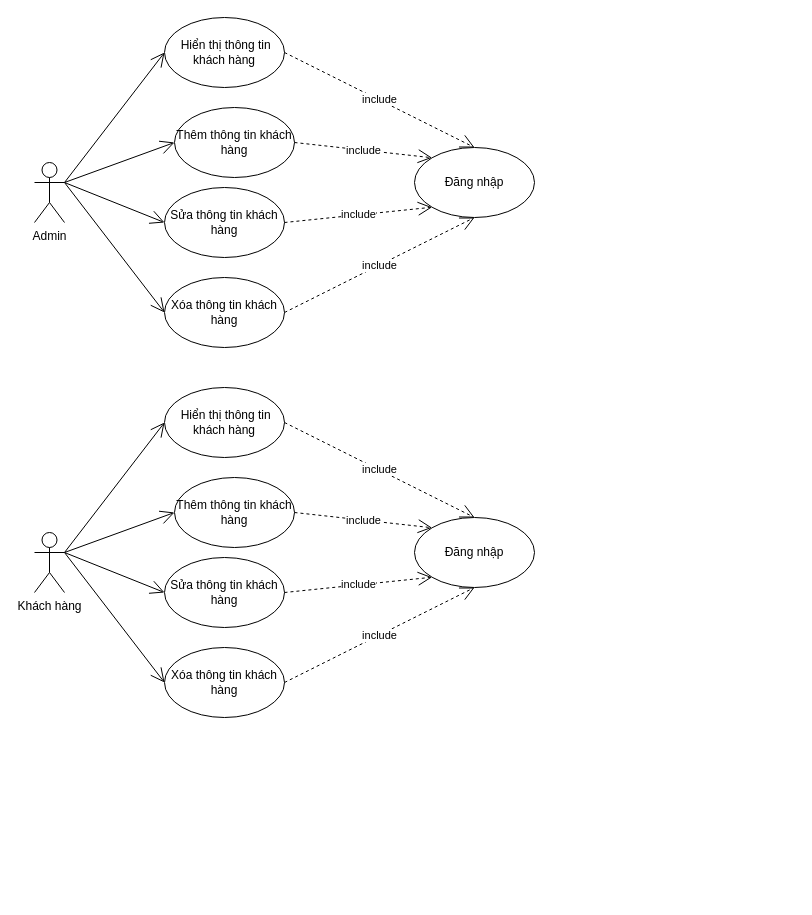
Above: page "Quản lý khách hàng" (4 of 40) of PlantCare.drawio in kimngan0903/KimNgan_DoAnTotNghiep_2110900033 (draw.io), before the change. Source tidied: cells renumbered, new cells numbered last; positions are measured from the earlier drawing's top-left corner, leaving out a move shared by most shapes. Both pictures are drawn from the tidied source at 100%, with x=0, y=0 at pixel (34, 17).
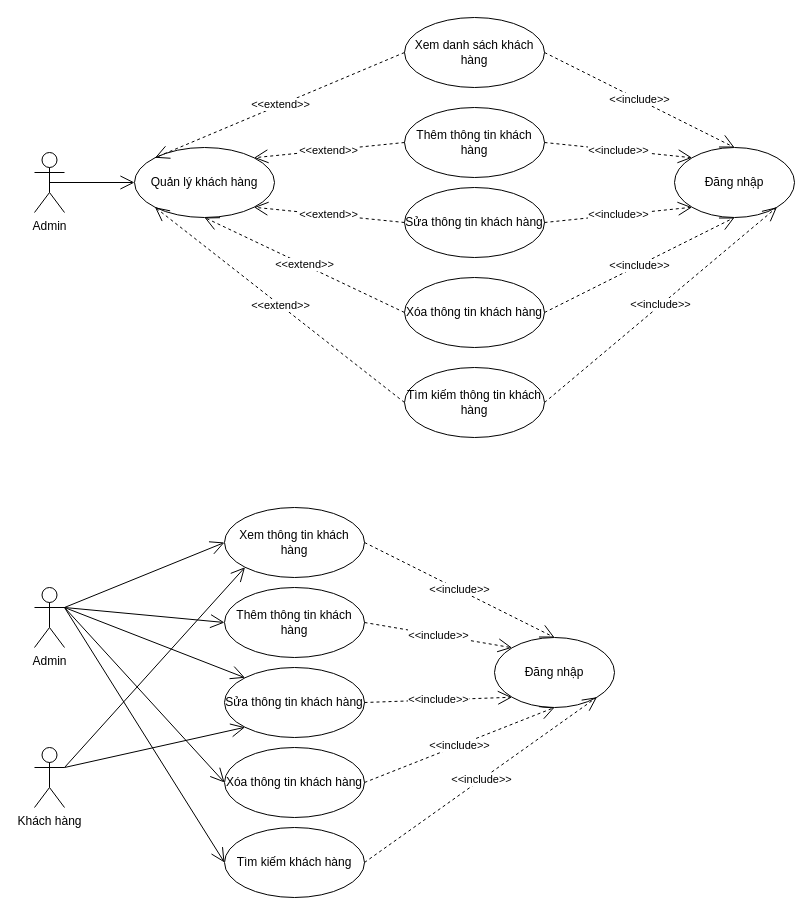
The same page after the edit.

Change to the diagram source:
```diff
@@
     <mxCell id="2" value="Admin" style="shape=umlActor;verticalLabelPosition=bottom;verticalAlign=top;html=1;" parent="1" vertex="1">
-      <mxGeometry y="145" width="30" height="60" as="geometry" />
+      <mxGeometry y="570" width="30" height="60" as="geometry" />
     </mxCell>
-    <mxCell id="3" style="endArrow=open;endFill=1;endSize=12;html=1;rounded=0;exitX=1;exitY=0.3333333333333333;exitDx=0;exitDy=0;exitPerimeter=0;entryX=0;entryY=0.5;entryDx=0;entryDy=0;" parent="1" edge="1" source="2" target="7">
-      <mxGeometry relative="1" as="geometry" />
-    </mxCell>
     <mxCell id="4" value="Thêm thông tin khách hàng" style="ellipse;whiteSpace=wrap;html=1;" parent="1" vertex="1">
-      <mxGeometry x="140" y="90" width="120" height="70" as="geometry" />
+      <mxGeometry x="190" y="570" width="140" height="70" as="geometry" />
     </mxCell>
     <mxCell id="5" value="Sửa&lt;span style=&quot;color: rgba(0, 0, 0, 0); font-family: monospace; font-size: 0px; text-align: start; text-wrap-mode: nowrap;&quot;&gt;%&lt;/span&gt;&lt;span style=&quot;background-color: transparent; text-wrap-mode: nowrap; color: rgba(0, 0, 0, 0); font-family: monospace; font-size: 0px; text-align: start;&quot;&gt;3CmxGraphModel%3E%3Croot%3E%3CmxCell%20id%3D%220%22%2F%3E%3CmxCell%20id%3D%221%22%20parent%3D%220%22%2F%3E%3CmxCell%20id%3D%222%22%20value%3D%22Qu%E1%BA%A3n%20l%C3%BD%20kh%C3%A1ch%20h%C3%A0ng%22%20style%3D%22ellipse%3BwhiteSpace%3Dwrap%3Bhtml%3D1%3B%22%20vertex%3D%221%22%20parent%3D%221%22%3E%3CmxGeometry%20x%3D%22240%22%20y%3D%22210%22%20width%3D%22120%22%20height%3D%2270%22%20as%3D%22geometry%22%2F%3E%3C%2FmxCell%3E%3C%2Froot%3E%3C%2FmxGraphMo&lt;/span&gt;&lt;span style=&quot;background-color: transparent; color: light-dark(rgb(0, 0, 0), rgb(255, 255, 255));&quot;&gt;&amp;nbsp;thông tin khách hàng&lt;/span&gt;" style="ellipse;whiteSpace=wrap;html=1;" parent="1" vertex="1">
-      <mxGeometry x="130" y="170" width="120" height="70" as="geometry" />
+      <mxGeometry x="190" y="650" width="140" height="70" as="geometry" />
     </mxCell>
     <mxCell id="6" value="Xóa thông tin khách hàng" style="ellipse;whiteSpace=wrap;html=1;" parent="1" vertex="1">
-      <mxGeometry x="130" y="260" width="120" height="70" as="geometry" />
+      <mxGeometry x="190" y="730" width="140" height="70" as="geometry" />
     </mxCell>
-    <mxCell id="7" value="&lt;span style=&quot;color: rgba(0, 0, 0, 0); font-family: monospace; font-size: 0px; text-align: start; text-wrap-mode: nowrap;&quot;&gt;%&lt;/span&gt;&lt;span style=&quot;background-color: transparent; text-wrap-mode: nowrap; color: rgba(0, 0, 0, 0); font-family: monospace; font-size: 0px; text-align: start;&quot;&gt;3CmxGraphModel%3E%3Croot%3E%3CmxCell%20id%3D%220%22%2F%3E%3CmxCell%20id%3D%221%22%20parent%3D%220%22%2F%3E%3CmxCell%20id%3D%222%22%20value%3D%22Qu%E1%BA%A3n%20l%C3%BD%20kh%C3%A1ch%20h%C3%A0ng%22%20style%3D%22ellipse%3BwhiteSpace%3Dwrap%3Bhtml%3D1%3B%22%20vertex%3D%221%22%20parent%3D%221%22%3E%3CmxGeometry%20x%3D%22240%22%20y%3D%22210%22%20width%3D%22120%22%20height%3D%2270%22%20as%3D%22geometry%22%2F%3E%3C%2FmxCell%3E%3C%2Froot%3E%3C%2FmxGraphMo&lt;/span&gt;&lt;span style=&quot;background-color: transparent; color: light-dark(rgb(0, 0, 0), rgb(255, 255, 255));&quot;&gt;&amp;nbsp;Hiển thị thông tin khách hàng&lt;/span&gt;" style="ellipse;whiteSpace=wrap;html=1;" parent="1" vertex="1">
-      <mxGeometry x="130" width="120" height="70" as="geometry" />
+    <mxCell id="7" value="Xem thông tin khách hàng" style="ellipse;whiteSpace=wrap;html=1;" parent="1" vertex="1">
+      <mxGeometry x="190" y="490" width="140" height="70" as="geometry" />
     </mxCell>
-    <mxCell id="8" value="include" style="endArrow=open;endSize=12;dashed=1;html=1;rounded=0;exitX=1;exitY=0.5;exitDx=0;exitDy=0;entryX=0.5;entryY=0;entryDx=0;entryDy=0;" parent="1" edge="1" source="7" target="9">
+    <mxCell id="8" value="&amp;lt;&amp;lt;include&amp;gt;&amp;gt;" style="endArrow=open;endSize=12;dashed=1;html=1;rounded=0;exitX=1;exitY=0.5;exitDx=0;exitDy=0;entryX=0.5;entryY=0;entryDx=0;entryDy=0;" parent="1" edge="1" source="7" target="9">
       <mxGeometry relative="1" as="geometry" />
     </mxCell>
     <mxCell id="9" value="Đăng nhập" style="ellipse;whiteSpace=wrap;html=1;" parent="1" vertex="1">
-      <mxGeometry x="380" y="130" width="120" height="70" as="geometry" />
+      <mxGeometry x="460" y="620" width="120" height="70" as="geometry" />
     </mxCell>
-    <mxCell id="10" value="include" style="endArrow=open;endSize=12;dashed=1;html=1;rounded=0;exitX=1;exitY=0.5;exitDx=0;exitDy=0;entryX=0;entryY=0;entryDx=0;entryDy=0;" parent="1" edge="1" source="4" target="9">
+    <mxCell id="10" value="&amp;lt;&amp;lt;include&amp;gt;&amp;gt;" style="endArrow=open;endSize=12;dashed=1;html=1;rounded=0;exitX=1;exitY=0.5;exitDx=0;exitDy=0;entryX=0;entryY=0;entryDx=0;entryDy=0;" parent="1" edge="1" source="4" target="9">
       <mxGeometry relative="1" as="geometry" />
     </mxCell>
-    <mxCell id="11" value="include" style="endArrow=open;endSize=12;dashed=1;html=1;rounded=0;exitX=1;exitY=0.5;exitDx=0;exitDy=0;entryX=0;entryY=1;entryDx=0;entryDy=0;" parent="1" edge="1" source="5" target="9">
+    <mxCell id="11" value="&amp;lt;&amp;lt;include&amp;gt;&amp;gt;" style="endArrow=open;endSize=12;dashed=1;html=1;rounded=0;exitX=1;exitY=0.5;exitDx=0;exitDy=0;entryX=0;entryY=1;entryDx=0;entryDy=0;" parent="1" edge="1" source="5" target="9">
       <mxGeometry relative="1" as="geometry" />
     </mxCell>
-    <mxCell id="12" value="include" style="endArrow=open;endSize=12;dashed=1;html=1;rounded=0;exitX=1;exitY=0.5;exitDx=0;exitDy=0;entryX=0.5;entryY=1;entryDx=0;entryDy=0;" parent="1" edge="1" source="6" target="9">
+    <mxCell id="12" value="&amp;lt;&amp;lt;include&amp;gt;&amp;gt;" style="endArrow=open;endSize=12;dashed=1;html=1;rounded=0;exitX=1;exitY=0.5;exitDx=0;exitDy=0;entryX=0.5;entryY=1;entryDx=0;entryDy=0;" parent="1" edge="1" source="6" target="9">
       <mxGeometry relative="1" as="geometry" />
     </mxCell>
+    <mxCell id="16" value="Khách hàng" style="shape=umlActor;verticalLabelPosition=bottom;verticalAlign=top;html=1;" parent="1" vertex="1">
+      <mxGeometry y="730" width="30" height="60" as="geometry" />
+    </mxCell>
+    <mxCell id="3" style="endArrow=open;endFill=1;endSize=12;html=1;rounded=0;exitX=1;exitY=0.3333333333333333;exitDx=0;exitDy=0;exitPerimeter=0;entryX=0;entryY=0.5;entryDx=0;entryDy=0;" parent="1" edge="1" source="2" target="7">
+      <mxGeometry relative="1" as="geometry" />
+    </mxCell>
+    <mxCell id="30" style="endArrow=open;endFill=1;endSize=12;html=1;rounded=0;exitX=1;exitY=0.3333333333333333;exitDx=0;exitDy=0;exitPerimeter=0;entryX=0;entryY=1;entryDx=0;entryDy=0;" parent="1" edge="1" source="16" target="7">
+      <mxGeometry relative="1" as="geometry" />
+    </mxCell>
@@
-    <mxCell id="14" style="endArrow=open;endFill=1;endSize=12;html=1;rounded=0;exitX=1;exitY=0.3333333333333333;exitDx=0;exitDy=0;exitPerimeter=0;entryX=0;entryY=0.5;entryDx=0;entryDy=0;" parent="1" edge="1" source="2" target="5">
+    <mxCell id="14" style="endArrow=open;endFill=1;endSize=12;html=1;rounded=0;exitX=1;exitY=0.3333333333333333;exitDx=0;exitDy=0;exitPerimeter=0;entryX=0;entryY=0;entryDx=0;entryDy=0;" parent="1" edge="1" source="2" target="5">
       <mxGeometry relative="1" as="geometry" />
     </mxCell>
-    <mxCell id="15" style="endArrow=open;endFill=1;endSize=12;html=1;rounded=0;entryX=0;entryY=0.5;entryDx=0;entryDy=0;exitX=1;exitY=0.3333333333333333;exitDx=0;exitDy=0;exitPerimeter=0;" parent="1" edge="1" source="2" target="6">
+    <mxCell id="15" style="endArrow=open;endFill=1;endSize=12;html=1;rounded=0;exitX=1;exitY=0.3333333333333333;exitDx=0;exitDy=0;exitPerimeter=0;entryX=0;entryY=0.5;entryDx=0;entryDy=0;" parent="1" edge="1" source="2" target="6">
       <mxGeometry relative="1" as="geometry" />
     </mxCell>
-    <mxCell id="16" value="Khách hàng" style="shape=umlActor;verticalLabelPosition=bottom;verticalAlign=top;html=1;" parent="1" vertex="1">
-      <mxGeometry y="515" width="30" height="60" as="geometry" />
-    </mxCell>
-    <mxCell id="17" style="endArrow=open;endFill=1;endSize=12;html=1;rounded=0;exitX=1;exitY=0.3333333333333333;exitDx=0;exitDy=0;exitPerimeter=0;entryX=0;entryY=0.5;entryDx=0;entryDy=0;" parent="1" edge="1" source="16" target="21">
-      <mxGeometry relative="1" as="geometry" />
-    </mxCell>
+    <mxCell id="31" style="endArrow=open;endFill=1;endSize=12;html=1;rounded=0;exitX=1;exitY=0.3333333333333333;exitDx=0;exitDy=0;exitPerimeter=0;entryX=0;entryY=1;entryDx=0;entryDy=0;" parent="1" edge="1" source="16" target="5">
+      <mxGeometry relative="1" as="geometry" />
+    </mxCell>
+    <mxCell id="32" value="Admin" style="shape=umlActor;verticalLabelPosition=bottom;verticalAlign=top;html=1;" parent="1" vertex="1">
+      <mxGeometry y="135" width="30" height="60" as="geometry" />
+    </mxCell>
     <mxCell id="18" value="Thêm thông tin khách hàng" style="ellipse;whiteSpace=wrap;html=1;" parent="1" vertex="1">
-      <mxGeometry x="140" y="460" width="120" height="70" as="geometry" />
+      <mxGeometry x="370" y="90" width="140" height="70" as="geometry" />
     </mxCell>
-    <mxCell id="19" value="Sửa&lt;span style=&quot;color: rgba(0, 0, 0, 0); font-family: monospace; font-size: 0px; text-align: start; text-wrap-mode: nowrap;&quot;&gt;%&lt;/span&gt;&lt;span style=&quot;background-color: transparent; text-wrap-mode: nowrap; color: rgba(0, 0, 0, 0); font-family: monospace; font-size: 0px; text-align: start;&quot;&gt;3CmxGraphModel%3E%3Croot%3E%3CmxCell%20id%3D%220%22%2F%3E%3CmxCell%20id%3D%221%22%20parent%3D%220%22%2F%3E%3CmxCell%20id%3D%222%22%20value%3D%22Qu%E1%BA%A3n%20l%C3%BD%20kh%C3%A1ch%20h%C3%A0ng%22%20style%3D%22ellipse%3BwhiteSpace%3Dwrap%3Bhtml%3D1%3B%22%20vertex%3D%221%22%20parent%3D%221%22%3E%3CmxGeometry%20x%3D%22240%22%20y%3D%22210%22%20width%3D%22120%22%20height%3D%2270%22%20as%3D%22geometry%22%2F%3E%3C%2FmxCell%3E%3C%2Froot%3E%3C%2FmxGraphMo&lt;/span&gt;&lt;span style=&quot;background-color: transparent; color: light-dark(rgb(0, 0, 0), rgb(255, 255, 255));&quot;&gt;&amp;nbsp;thông tin khách hàng&lt;/span&gt;" style="ellipse;whiteSpace=wrap;html=1;" parent="1" vertex="1">
-      <mxGeometry x="130" y="540" width="120" height="70" as="geometry" />
-    </mxCell>
+    <mxCell id="33" value="Sửa thông tin khách hàng" style="ellipse;whiteSpace=wrap;html=1;" parent="1" vertex="1">
+      <mxGeometry x="370" y="170" width="140" height="70" as="geometry" />
+    </mxCell>
     <mxCell id="20" value="Xóa thông tin khách hàng" style="ellipse;whiteSpace=wrap;html=1;" parent="1" vertex="1">
-      <mxGeometry x="130" y="630" width="120" height="70" as="geometry" />
+      <mxGeometry x="370" y="260" width="140" height="70" as="geometry" />
     </mxCell>
-    <mxCell id="21" value="&lt;span style=&quot;color: rgba(0, 0, 0, 0); font-family: monospace; font-size: 0px; text-align: start; text-wrap-mode: nowrap;&quot;&gt;%&lt;/span&gt;&lt;span style=&quot;background-color: transparent; text-wrap-mode: nowrap; color: rgba(0, 0, 0, 0); font-family: monospace; font-size: 0px; text-align: start;&quot;&gt;3CmxGraphModel%3E%3Croot%3E%3CmxCell%20id%3D%220%22%2F%3E%3CmxCell%20id%3D%221%22%20parent%3D%220%22%2F%3E%3CmxCell%20id%3D%222%22%20value%3D%22Qu%E1%BA%A3n%20l%C3%BD%20kh%C3%A1ch%20h%C3%A0ng%22%20style%3D%22ellipse%3BwhiteSpace%3Dwrap%3Bhtml%3D1%3B%22%20vertex%3D%221%22%20parent%3D%221%22%3E%3CmxGeometry%20x%3D%22240%22%20y%3D%22210%22%20width%3D%22120%22%20height%3D%2270%22%20as%3D%22geometry%22%2F%3E%3C%2FmxCell%3E%3C%2Froot%3E%3C%2FmxGraphMo&lt;/span&gt;&lt;span style=&quot;background-color: transparent; color: light-dark(rgb(0, 0, 0), rgb(255, 255, 255));&quot;&gt;&amp;nbsp;Hiển thị thông tin khách hàng&lt;/span&gt;" style="ellipse;whiteSpace=wrap;html=1;" parent="1" vertex="1">
-      <mxGeometry x="130" y="370" width="120" height="70" as="geometry" />
-    </mxCell>
-    <mxCell id="22" value="include" style="endArrow=open;endSize=12;dashed=1;html=1;rounded=0;exitX=1;exitY=0.5;exitDx=0;exitDy=0;entryX=0.5;entryY=0;entryDx=0;entryDy=0;" parent="1" edge="1" source="21" target="23">
-      <mxGeometry relative="1" as="geometry" />
-    </mxCell>
+    <mxCell id="34" value="Xem danh sách khách hàng" style="ellipse;whiteSpace=wrap;html=1;" parent="1" vertex="1">
+      <mxGeometry x="370" width="140" height="70" as="geometry" />
+    </mxCell>
+    <mxCell id="35" value="&amp;lt;&amp;lt;include&amp;gt;&amp;gt;" style="endArrow=open;endSize=12;dashed=1;html=1;rounded=0;exitX=1;exitY=0.5;exitDx=0;exitDy=0;entryX=0.5;entryY=0;entryDx=0;entryDy=0;" parent="1" edge="1" source="34" target="23">
+      <mxGeometry relative="1" as="geometry" />
+    </mxCell>
     <mxCell id="23" value="Đăng nhập" style="ellipse;whiteSpace=wrap;html=1;" parent="1" vertex="1">
-      <mxGeometry x="380" y="500" width="120" height="70" as="geometry" />
+      <mxGeometry x="640" y="130" width="120" height="70" as="geometry" />
     </mxCell>
-    <mxCell id="24" value="include" style="endArrow=open;endSize=12;dashed=1;html=1;rounded=0;exitX=1;exitY=0.5;exitDx=0;exitDy=0;entryX=0;entryY=0;entryDx=0;entryDy=0;" parent="1" edge="1" source="18" target="23">
+    <mxCell id="24" value="&amp;lt;&amp;lt;include&amp;gt;&amp;gt;" style="endArrow=open;endSize=12;dashed=1;html=1;rounded=0;exitX=1;exitY=0.5;exitDx=0;exitDy=0;entryX=0;entryY=0;entryDx=0;entryDy=0;" parent="1" edge="1" source="18" target="23">
       <mxGeometry relative="1" as="geometry" />
     </mxCell>
-    <mxCell id="25" value="include" style="endArrow=open;endSize=12;dashed=1;html=1;rounded=0;exitX=1;exitY=0.5;exitDx=0;exitDy=0;entryX=0;entryY=1;entryDx=0;entryDy=0;" parent="1" edge="1" source="19" target="23">
-      <mxGeometry relative="1" as="geometry" />
-    </mxCell>
+    <mxCell id="36" value="&amp;lt;&amp;lt;include&amp;gt;&amp;gt;" style="endArrow=open;endSize=12;dashed=1;html=1;rounded=0;exitX=1;exitY=0.5;exitDx=0;exitDy=0;entryX=0;entryY=1;entryDx=0;entryDy=0;" parent="1" edge="1" source="33" target="23">
+      <mxGeometry relative="1" as="geometry" />
+    </mxCell>
-    <mxCell id="26" value="include" style="endArrow=open;endSize=12;dashed=1;html=1;rounded=0;exitX=1;exitY=0.5;exitDx=0;exitDy=0;entryX=0.5;entryY=1;entryDx=0;entryDy=0;" parent="1" edge="1" source="20" target="23">
+    <mxCell id="26" value="&amp;lt;&amp;lt;include&amp;gt;&amp;gt;" style="endArrow=open;endSize=12;dashed=1;html=1;rounded=0;exitX=1;exitY=0.5;exitDx=0;exitDy=0;entryX=0.5;entryY=1;entryDx=0;entryDy=0;" parent="1" edge="1" source="20" target="23">
       <mxGeometry relative="1" as="geometry" />
     </mxCell>
-    <mxCell id="27" style="endArrow=open;endFill=1;endSize=12;html=1;rounded=0;exitX=1;exitY=0.3333333333333333;exitDx=0;exitDy=0;exitPerimeter=0;entryX=0;entryY=0.5;entryDx=0;entryDy=0;" parent="1" edge="1" source="16" target="18">
-      <mxGeometry relative="1" as="geometry" />
-    </mxCell>
-    <mxCell id="28" style="endArrow=open;endFill=1;endSize=12;html=1;rounded=0;exitX=1;exitY=0.3333333333333333;exitDx=0;exitDy=0;exitPerimeter=0;entryX=0;entryY=0.5;entryDx=0;entryDy=0;" parent="1" edge="1" source="16" target="19">
-      <mxGeometry relative="1" as="geometry" />
-    </mxCell>
-    <mxCell id="29" style="endArrow=open;endFill=1;endSize=12;html=1;rounded=0;entryX=0;entryY=0.5;entryDx=0;entryDy=0;exitX=1;exitY=0.3333333333333333;exitDx=0;exitDy=0;exitPerimeter=0;" parent="1" edge="1" source="16" target="20">
-      <mxGeometry relative="1" as="geometry" />
-    </mxCell>
+    <mxCell id="37" value="Quản lý khách hàng" style="ellipse;whiteSpace=wrap;html=1;" parent="1" vertex="1">
+      <mxGeometry x="100" y="130" width="140" height="70" as="geometry" />
+    </mxCell>
+    <mxCell id="38" style="endArrow=open;endFill=1;endSize=12;html=1;rounded=0;exitX=0.5;exitY=0.5;exitDx=0;exitDy=0;exitPerimeter=0;entryX=0;entryY=0.5;entryDx=0;entryDy=0;" parent="1" edge="1" source="32" target="37">
+      <mxGeometry relative="1" as="geometry" />
+    </mxCell>
+    <mxCell id="39" value="&amp;lt;&amp;lt;extend&amp;gt;&amp;gt;" style="endArrow=open;endSize=12;dashed=1;html=1;rounded=0;exitX=0;exitY=0.5;exitDx=0;exitDy=0;entryX=0;entryY=0;entryDx=0;entryDy=0;" parent="1" edge="1" source="34" target="37">
+      <mxGeometry relative="1" as="geometry" />
+    </mxCell>
+    <mxCell id="40" value="&amp;lt;&amp;lt;extend&amp;gt;&amp;gt;" style="endArrow=open;endSize=12;dashed=1;html=1;rounded=0;exitX=0;exitY=0.5;exitDx=0;exitDy=0;entryX=1;entryY=0;entryDx=0;entryDy=0;" parent="1" edge="1" source="18" target="37">
+      <mxGeometry relative="1" as="geometry" />
+    </mxCell>
+    <mxCell id="41" value="&amp;lt;&amp;lt;extend&amp;gt;&amp;gt;" style="endArrow=open;endSize=12;dashed=1;html=1;rounded=0;exitX=0;exitY=0.5;exitDx=0;exitDy=0;entryX=1;entryY=1;entryDx=0;entryDy=0;" parent="1" edge="1" source="33" target="37">
+      <mxGeometry relative="1" as="geometry" />
+    </mxCell>
+    <mxCell id="42" value="&amp;lt;&amp;lt;extend&amp;gt;&amp;gt;" style="endArrow=open;endSize=12;dashed=1;html=1;rounded=0;exitX=0;exitY=0.5;exitDx=0;exitDy=0;entryX=0.5;entryY=1;entryDx=0;entryDy=0;" parent="1" edge="1" source="20" target="37">
+      <mxGeometry relative="1" as="geometry" />
+    </mxCell>
+    <mxCell id="43" value="Tìm kiếm thông tin khách hàng" style="ellipse;whiteSpace=wrap;html=1;" parent="1" vertex="1">
+      <mxGeometry x="370" y="350" width="140" height="70" as="geometry" />
+    </mxCell>
+    <mxCell id="44" value="&amp;lt;&amp;lt;include&amp;gt;&amp;gt;" style="endArrow=open;endSize=12;dashed=1;html=1;rounded=0;exitX=1;exitY=0.5;exitDx=0;exitDy=0;entryX=1;entryY=1;entryDx=0;entryDy=0;" parent="1" edge="1" source="43" target="23">
+      <mxGeometry relative="1" as="geometry" />
+    </mxCell>
+    <mxCell id="45" value="&amp;lt;&amp;lt;extend&amp;gt;&amp;gt;" style="endArrow=open;endSize=12;dashed=1;html=1;rounded=0;exitX=0;exitY=0.5;exitDx=0;exitDy=0;entryX=0;entryY=1;entryDx=0;entryDy=0;" parent="1" edge="1" source="43" target="37">
+      <mxGeometry relative="1" as="geometry" />
+    </mxCell>
+    <mxCell id="46" value="Tìm kiếm khách hàng" style="ellipse;whiteSpace=wrap;html=1;" parent="1" vertex="1">
+      <mxGeometry x="190" y="810" width="140" height="70" as="geometry" />
+    </mxCell>
+    <mxCell id="47" value="&amp;lt;&amp;lt;include&amp;gt;&amp;gt;" style="endArrow=open;endSize=12;dashed=1;html=1;rounded=0;exitX=1;exitY=0.5;exitDx=0;exitDy=0;entryX=1;entryY=1;entryDx=0;entryDy=0;" parent="1" edge="1" source="46" target="9">
+      <mxGeometry relative="1" as="geometry" />
+    </mxCell>
+    <mxCell id="48" style="endArrow=open;endFill=1;endSize=12;html=1;rounded=0;exitX=1;exitY=0.3333333333333333;exitDx=0;exitDy=0;exitPerimeter=0;entryX=0;entryY=0.5;entryDx=0;entryDy=0;" parent="1" edge="1" source="2" target="46">
+      <mxGeometry relative="1" as="geometry" />
+    </mxCell>
```
